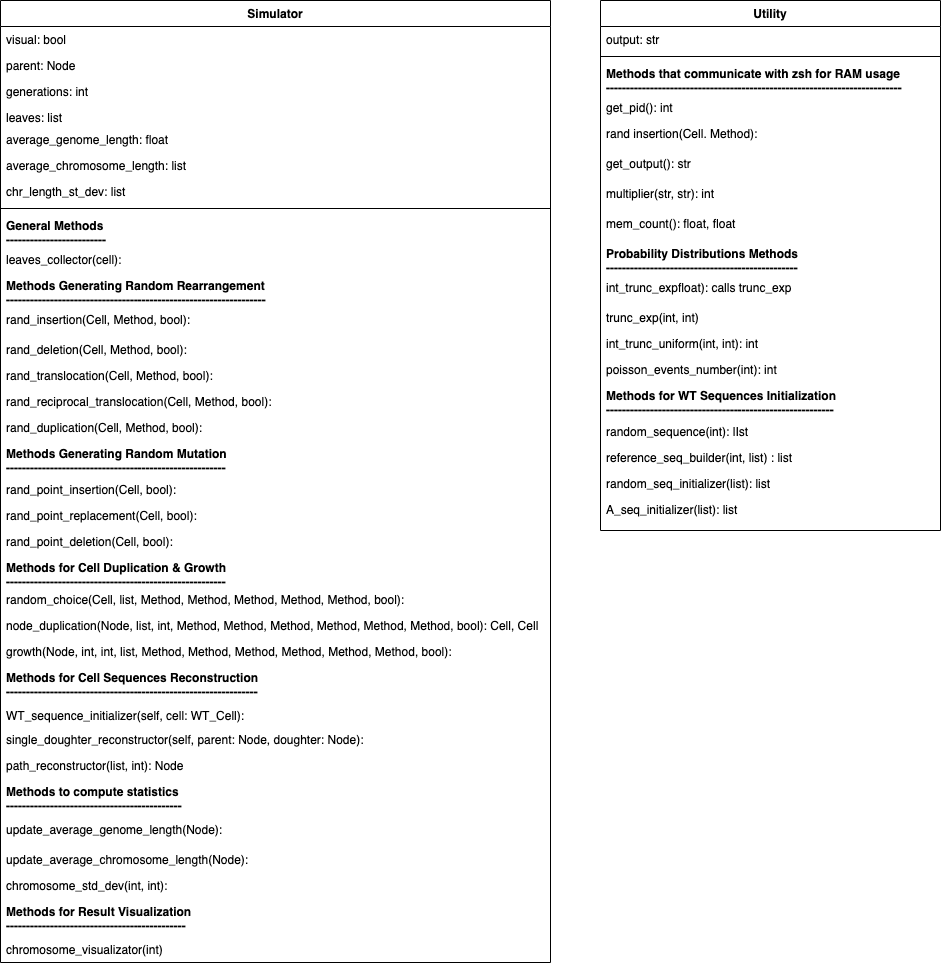
This is images/Simulator.png from robertonetti/yeast-cascade-mutation-simulator, a draw.io export, as it was before one commit. Source tidied: cells renumbered, new cells last; positions are measured from the earlier drawing's top-left corner, leaving out a move shared by most shapes.
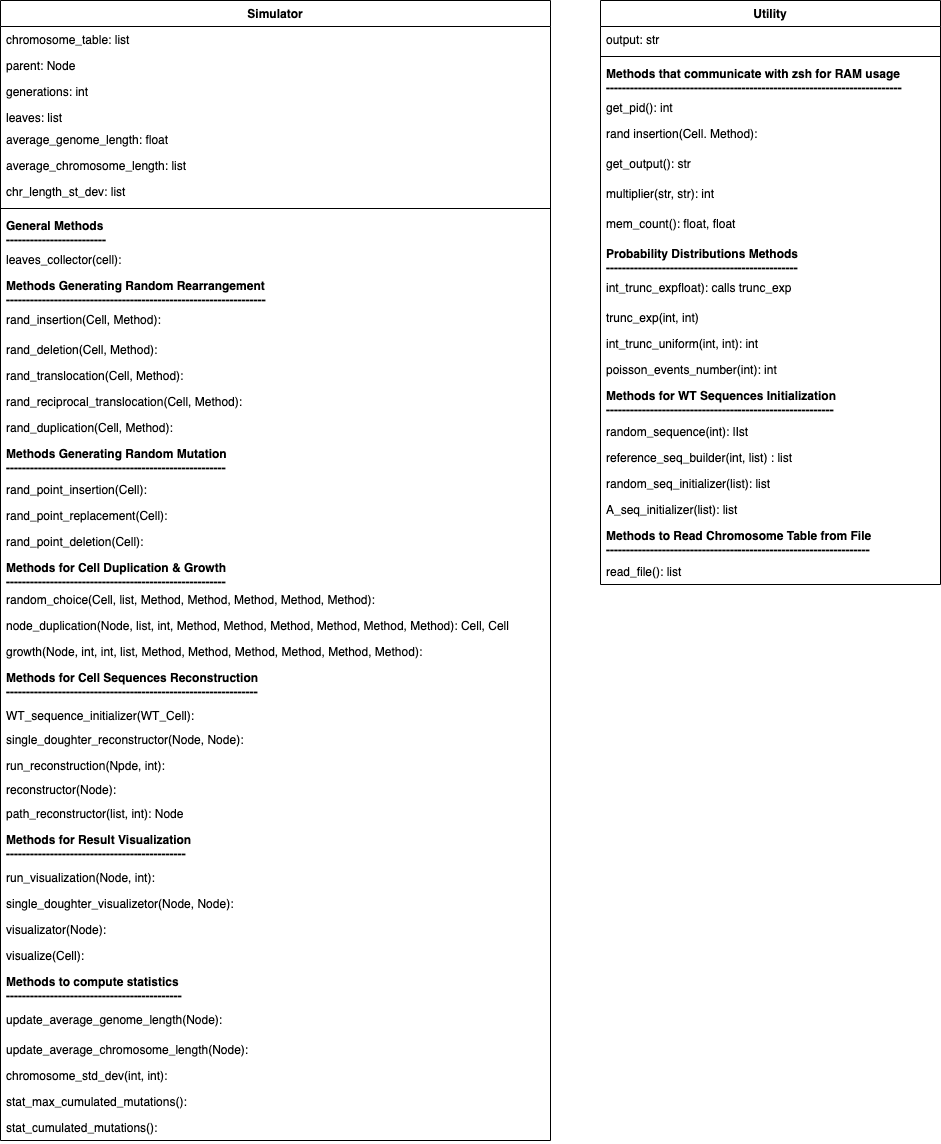
After the change.

The edit, as a diff of the source:
```diff
@@ -3,9 +3,9 @@
     <mxCell id="0" />
     <mxCell id="1" parent="0" />
     <mxCell id="2" value="Simulator" style="swimlane;fontStyle=1;align=center;verticalAlign=top;horizontal=1;startSize=26;rounded=0;shadow=0;strokeWidth=1;labelBackgroundColor=none;labelBorderColor=none;" parent="1" vertex="1">
-      <mxGeometry width="550" height="962" as="geometry" />
+      <mxGeometry width="550" height="1140" as="geometry" />
     </mxCell>
-    <mxCell id="3" value="visual: bool" style="text;align=left;verticalAlign=top;spacingLeft=4;spacingRight=4;overflow=hidden;" parent="2" vertex="1">
+    <mxCell id="3" value="chromosome_table: list" style="text;align=left;verticalAlign=top;spacingLeft=4;spacingRight=4;overflow=hidden;" parent="2" vertex="1">
       <mxGeometry y="26" width="550" height="26" as="geometry" />
     </mxCell>
     <mxCell id="4" value="parent: Node" style="text;align=left;verticalAlign=top;spacingLeft=4;spacingRight=4;overflow=hidden;" parent="2" vertex="1">
@@ -38,77 +38,98 @@
     <mxCell id="13" value="Methods Generating Random Rearrangement&#10;-----------------------------------------------------------------" style="text;align=left;verticalAlign=top;spacingLeft=4;spacingRight=4;overflow=hidden;fontStyle=1;" parent="2" vertex="1">
       <mxGeometry y="272" width="550" height="34" as="geometry" />
     </mxCell>
-    <mxCell id="14" value="rand_insertion(Cell, Method, bool):&#10;" style="text;align=left;verticalAlign=top;spacingLeft=4;spacingRight=4;overflow=hidden;" parent="2" vertex="1">
+    <mxCell id="14" value="rand_insertion(Cell, Method):&#10;" style="text;align=left;verticalAlign=top;spacingLeft=4;spacingRight=4;overflow=hidden;" parent="2" vertex="1">
       <mxGeometry y="306" width="550" height="30" as="geometry" />
     </mxCell>
-    <mxCell id="15" value="rand_deletion(Cell, Method, bool):" style="text;align=left;verticalAlign=top;spacingLeft=4;spacingRight=4;overflow=hidden;" parent="2" vertex="1">
+    <mxCell id="15" value="rand_deletion(Cell, Method):" style="text;align=left;verticalAlign=top;spacingLeft=4;spacingRight=4;overflow=hidden;" parent="2" vertex="1">
       <mxGeometry y="336" width="550" height="26" as="geometry" />
     </mxCell>
-    <mxCell id="16" value="rand_translocation(Cell, Method, bool):" style="text;align=left;verticalAlign=top;spacingLeft=4;spacingRight=4;overflow=hidden;" parent="2" vertex="1">
+    <mxCell id="16" value="rand_translocation(Cell, Method):" style="text;align=left;verticalAlign=top;spacingLeft=4;spacingRight=4;overflow=hidden;" parent="2" vertex="1">
       <mxGeometry y="362" width="550" height="26" as="geometry" />
     </mxCell>
-    <mxCell id="17" value="rand_reciprocal_translocation(Cell, Method, bool):" style="text;align=left;verticalAlign=top;spacingLeft=4;spacingRight=4;overflow=hidden;" parent="2" vertex="1">
+    <mxCell id="17" value="rand_reciprocal_translocation(Cell, Method):" style="text;align=left;verticalAlign=top;spacingLeft=4;spacingRight=4;overflow=hidden;" parent="2" vertex="1">
       <mxGeometry y="388" width="550" height="26" as="geometry" />
     </mxCell>
-    <mxCell id="18" value="rand_duplication(Cell, Method, bool):" style="text;align=left;verticalAlign=top;spacingLeft=4;spacingRight=4;overflow=hidden;" parent="2" vertex="1">
+    <mxCell id="18" value="rand_duplication(Cell, Method):" style="text;align=left;verticalAlign=top;spacingLeft=4;spacingRight=4;overflow=hidden;" parent="2" vertex="1">
       <mxGeometry y="414" width="550" height="26" as="geometry" />
     </mxCell>
     <mxCell id="19" value="Methods Generating Random Mutation&#10;-------------------------------------------------------" style="text;align=left;verticalAlign=top;spacingLeft=4;spacingRight=4;overflow=hidden;fontStyle=1;" parent="2" vertex="1">
       <mxGeometry y="440" width="550" height="36" as="geometry" />
     </mxCell>
-    <mxCell id="20" value="rand_point_insertion(Cell, bool): " style="text;align=left;verticalAlign=top;spacingLeft=4;spacingRight=4;overflow=hidden;" parent="2" vertex="1">
+    <mxCell id="20" value="rand_point_insertion(Cell): " style="text;align=left;verticalAlign=top;spacingLeft=4;spacingRight=4;overflow=hidden;" parent="2" vertex="1">
       <mxGeometry y="476" width="550" height="26" as="geometry" />
     </mxCell>
-    <mxCell id="21" value="rand_point_replacement(Cell, bool):" style="text;align=left;verticalAlign=top;spacingLeft=4;spacingRight=4;overflow=hidden;" parent="2" vertex="1">
+    <mxCell id="21" value="rand_point_replacement(Cell):" style="text;align=left;verticalAlign=top;spacingLeft=4;spacingRight=4;overflow=hidden;" parent="2" vertex="1">
       <mxGeometry y="502" width="550" height="26" as="geometry" />
     </mxCell>
-    <mxCell id="22" value="rand_point_deletion(Cell, bool):&#10;" style="text;align=left;verticalAlign=top;spacingLeft=4;spacingRight=4;overflow=hidden;" parent="2" vertex="1">
+    <mxCell id="22" value="rand_point_deletion(Cell):&#10;" style="text;align=left;verticalAlign=top;spacingLeft=4;spacingRight=4;overflow=hidden;" parent="2" vertex="1">
       <mxGeometry y="528" width="550" height="26" as="geometry" />
     </mxCell>
     <mxCell id="23" value="Methods for Cell Duplication &amp; Growth&#10;-------------------------------------------------------" style="text;align=left;verticalAlign=top;spacingLeft=4;spacingRight=4;overflow=hidden;fontStyle=1;" parent="2" vertex="1">
       <mxGeometry y="554" width="550" height="32" as="geometry" />
     </mxCell>
-    <mxCell id="24" value="random_choice(Cell, list, Method, Method, Method, Method, Method, bool):" style="text;align=left;verticalAlign=top;spacingLeft=4;spacingRight=4;overflow=hidden;" parent="2" vertex="1">
+    <mxCell id="24" value="random_choice(Cell, list, Method, Method, Method, Method, Method):" style="text;align=left;verticalAlign=top;spacingLeft=4;spacingRight=4;overflow=hidden;" parent="2" vertex="1">
       <mxGeometry y="586" width="550" height="26" as="geometry" />
     </mxCell>
-    <mxCell id="25" value="node_duplication(Node, list, int, Method, Method, Method, Method, Method, Method, bool): Cell, Cell&#10;" style="text;align=left;verticalAlign=top;spacingLeft=4;spacingRight=4;overflow=hidden;" parent="2" vertex="1">
+    <mxCell id="25" value="node_duplication(Node, list, int, Method, Method, Method, Method, Method, Method): Cell, Cell&#10;" style="text;align=left;verticalAlign=top;spacingLeft=4;spacingRight=4;overflow=hidden;" parent="2" vertex="1">
       <mxGeometry y="612" width="550" height="26" as="geometry" />
     </mxCell>
-    <mxCell id="26" value="growth(Node, int, int, list, Method, Method, Method, Method, Method, Method, bool):" style="text;align=left;verticalAlign=top;spacingLeft=4;spacingRight=4;overflow=hidden;" parent="2" vertex="1">
+    <mxCell id="26" value="growth(Node, int, int, list, Method, Method, Method, Method, Method, Method):" style="text;align=left;verticalAlign=top;spacingLeft=4;spacingRight=4;overflow=hidden;" parent="2" vertex="1">
       <mxGeometry y="638" width="550" height="26" as="geometry" />
     </mxCell>
     <mxCell id="27" value="Methods for Cell Sequences Reconstruction&#10;---------------------------------------------------------------" style="text;align=left;verticalAlign=top;spacingLeft=4;spacingRight=4;overflow=hidden;fontStyle=1;" parent="2" vertex="1">
       <mxGeometry y="664" width="550" height="38" as="geometry" />
     </mxCell>
-    <mxCell id="28" value="WT_sequence_initializer(self, cell: WT_Cell): &#10;" style="text;align=left;verticalAlign=top;spacingLeft=4;spacingRight=4;overflow=hidden;" parent="2" vertex="1">
+    <mxCell id="28" value="WT_sequence_initializer(WT_Cell): &#10;" style="text;align=left;verticalAlign=top;spacingLeft=4;spacingRight=4;overflow=hidden;" parent="2" vertex="1">
       <mxGeometry y="702" width="550" height="24" as="geometry" />
     </mxCell>
-    <mxCell id="29" value="single_doughter_reconstructor(self, parent: Node, doughter: Node):" style="text;align=left;verticalAlign=top;spacingLeft=4;spacingRight=4;overflow=hidden;" parent="2" vertex="1">
+    <mxCell id="29" value="single_doughter_reconstructor(Node, Node):" style="text;align=left;verticalAlign=top;spacingLeft=4;spacingRight=4;overflow=hidden;" parent="2" vertex="1">
       <mxGeometry y="726" width="550" height="26" as="geometry" />
     </mxCell>
+    <mxCell id="56" value="run_reconstruction(Npde, int):" style="text;align=left;verticalAlign=top;spacingLeft=4;spacingRight=4;overflow=hidden;" parent="2" vertex="1">
+      <mxGeometry y="752" width="550" height="24" as="geometry" />
+    </mxCell>
+    <mxCell id="57" value="reconstructor(Node):" style="text;align=left;verticalAlign=top;spacingLeft=4;spacingRight=4;overflow=hidden;" parent="2" vertex="1">
+      <mxGeometry y="776" width="550" height="24" as="geometry" />
+    </mxCell>
     <mxCell id="30" value="path_reconstructor(list, int): Node" style="text;align=left;verticalAlign=top;spacingLeft=4;spacingRight=4;overflow=hidden;" parent="2" vertex="1">
-      <mxGeometry y="752" width="550" height="26" as="geometry" />
+      <mxGeometry y="800" width="550" height="26" as="geometry" />
     </mxCell>
+    <mxCell id="35" value="Methods for Result Visualization&#10;---------------------------------------------" style="text;align=left;verticalAlign=top;spacingLeft=4;spacingRight=4;overflow=hidden;fontStyle=1;" parent="2" vertex="1">
+      <mxGeometry y="826" width="550" height="38" as="geometry" />
+    </mxCell>
+    <mxCell id="36" value="run_visualization(Node, int):" style="text;align=left;verticalAlign=top;spacingLeft=4;spacingRight=4;overflow=hidden;" parent="2" vertex="1">
+      <mxGeometry y="864" width="550" height="26" as="geometry" />
+    </mxCell>
+    <mxCell id="58" value="single_doughter_visualizetor(Node, Node):" style="text;align=left;verticalAlign=top;spacingLeft=4;spacingRight=4;overflow=hidden;" parent="2" vertex="1">
+      <mxGeometry y="890" width="550" height="26" as="geometry" />
+    </mxCell>
+    <mxCell id="59" value="visualizator(Node):" style="text;align=left;verticalAlign=top;spacingLeft=4;spacingRight=4;overflow=hidden;" parent="2" vertex="1">
+      <mxGeometry y="916" width="550" height="26" as="geometry" />
+    </mxCell>
+    <mxCell id="60" value="visualize(Cell):" style="text;align=left;verticalAlign=top;spacingLeft=4;spacingRight=4;overflow=hidden;" parent="2" vertex="1">
+      <mxGeometry y="942" width="550" height="26" as="geometry" />
+    </mxCell>
     <mxCell id="31" value="Methods to compute statistics&#10;--------------------------------------------" style="text;align=left;verticalAlign=top;spacingLeft=4;spacingRight=4;overflow=hidden;fontStyle=1;" parent="2" vertex="1">
-      <mxGeometry y="778" width="550" height="38" as="geometry" />
+      <mxGeometry y="968" width="550" height="38" as="geometry" />
     </mxCell>
     <mxCell id="32" value="update_average_genome_length(Node):&#10;" style="text;align=left;verticalAlign=top;spacingLeft=4;spacingRight=4;overflow=hidden;" parent="2" vertex="1">
-      <mxGeometry y="816" width="550" height="30" as="geometry" />
+      <mxGeometry y="1006" width="550" height="30" as="geometry" />
     </mxCell>
     <mxCell id="33" value="update_average_chromosome_length(Node):" style="text;align=left;verticalAlign=top;spacingLeft=4;spacingRight=4;overflow=hidden;" parent="2" vertex="1">
-      <mxGeometry y="846" width="550" height="26" as="geometry" />
+      <mxGeometry y="1036" width="550" height="26" as="geometry" />
     </mxCell>
     <mxCell id="34" value="chromosome_std_dev(int, int):" style="text;align=left;verticalAlign=top;spacingLeft=4;spacingRight=4;overflow=hidden;" parent="2" vertex="1">
-      <mxGeometry y="872" width="550" height="26" as="geometry" />
+      <mxGeometry y="1062" width="550" height="26" as="geometry" />
     </mxCell>
-    <mxCell id="35" value="Methods for Result Visualization&#10;---------------------------------------------" style="text;align=left;verticalAlign=top;spacingLeft=4;spacingRight=4;overflow=hidden;fontStyle=1;" parent="2" vertex="1">
-      <mxGeometry y="898" width="550" height="38" as="geometry" />
-    </mxCell>
-    <mxCell id="36" value="chromosome_visualizator(int)" style="text;align=left;verticalAlign=top;spacingLeft=4;spacingRight=4;overflow=hidden;" parent="2" vertex="1">
-      <mxGeometry y="936" width="550" height="26" as="geometry" />
-    </mxCell>
+    <mxCell id="61" value="stat_max_cumulated_mutations():" style="text;align=left;verticalAlign=top;spacingLeft=4;spacingRight=4;overflow=hidden;" parent="2" vertex="1">
+      <mxGeometry y="1088" width="550" height="26" as="geometry" />
+    </mxCell>
+    <mxCell id="62" value="stat_cumulated_mutations():" style="text;align=left;verticalAlign=top;spacingLeft=4;spacingRight=4;overflow=hidden;" parent="2" vertex="1">
+      <mxGeometry y="1114" width="550" height="26" as="geometry" />
+    </mxCell>
     <mxCell id="37" value="Utility" style="swimlane;fontStyle=1;align=center;verticalAlign=top;horizontal=1;startSize=26;rounded=0;shadow=0;strokeWidth=1;labelBackgroundColor=none;labelBorderColor=none;" parent="1" vertex="1">
-      <mxGeometry x="600" width="340" height="530" as="geometry" />
+      <mxGeometry x="600" width="340" height="584" as="geometry" />
     </mxCell>
     <mxCell id="38" value="output: str" style="text;align=left;verticalAlign=top;spacingLeft=4;spacingRight=4;overflow=hidden;" parent="37" vertex="1">
       <mxGeometry y="26" width="340" height="26" as="geometry" />
@@ -164,5 +185,11 @@
     <mxCell id="55" value="A_seq_initializer(list): list" style="text;align=left;verticalAlign=top;spacingLeft=4;spacingRight=4;overflow=hidden;" parent="37" vertex="1">
       <mxGeometry y="496" width="340" height="26" as="geometry" />
     </mxCell>
+    <mxCell id="63" value="Methods to Read Chromosome Table from File&#10;------------------------------------------------------------------" style="text;align=left;verticalAlign=top;spacingLeft=4;spacingRight=4;overflow=hidden;fontStyle=1;" parent="37" vertex="1">
+      <mxGeometry y="522" width="340" height="36" as="geometry" />
+    </mxCell>
+    <mxCell id="64" value="read_file(): list" style="text;align=left;verticalAlign=top;spacingLeft=4;spacingRight=4;overflow=hidden;" parent="37" vertex="1">
+      <mxGeometry y="558" width="340" height="26" as="geometry" />
+    </mxCell>
   </root>
 </mxGraphModel>
```
